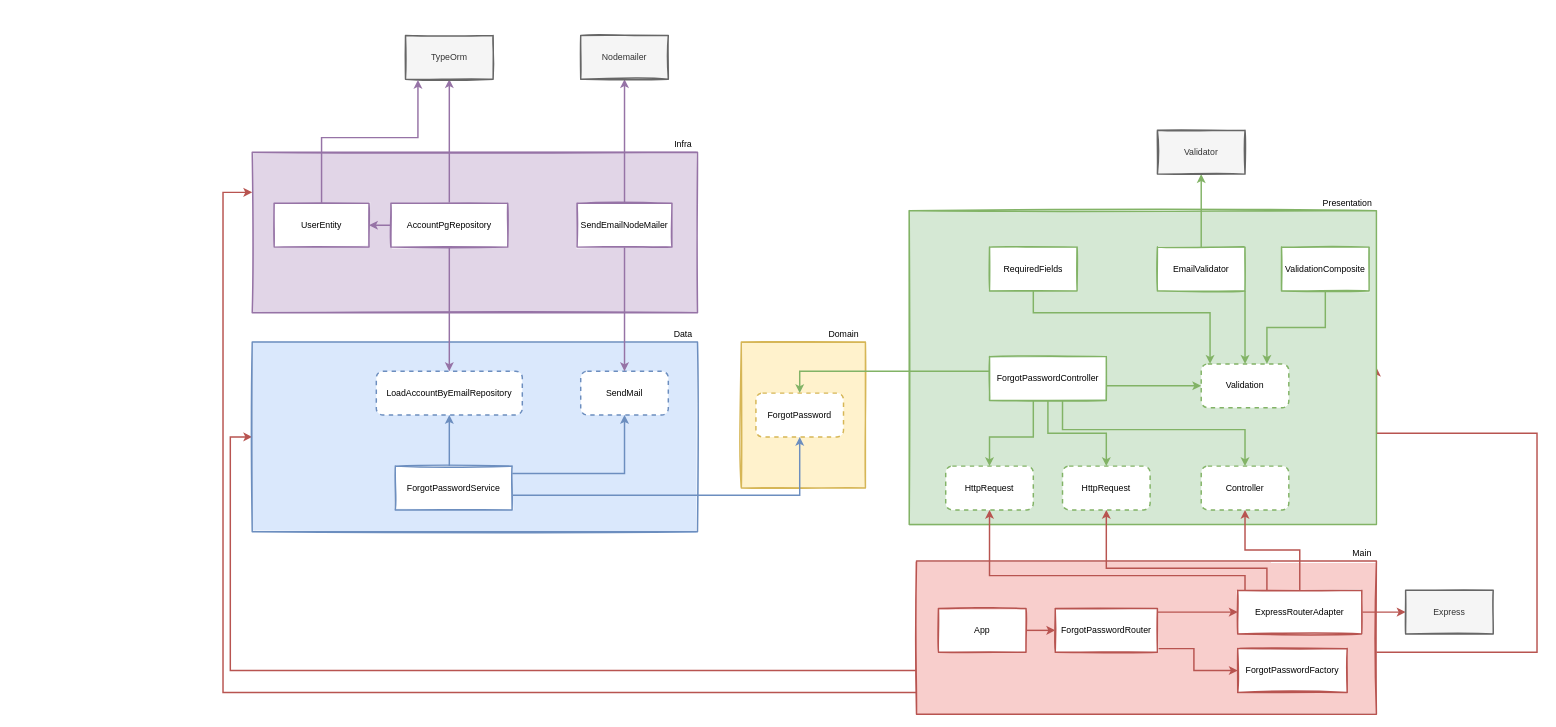
Before: docs/users/forgot-password.drawio in cvieira850/initial_project, a draw.io diagram. Source tidied: cells renumbered, new cells numbered last; positions are measured from the earlier drawing's top-left corner, leaving out a move shared by most shapes. Both pictures are drawn from the tidied source at 73%, with x=0, y=0 at pixel (223, 35).
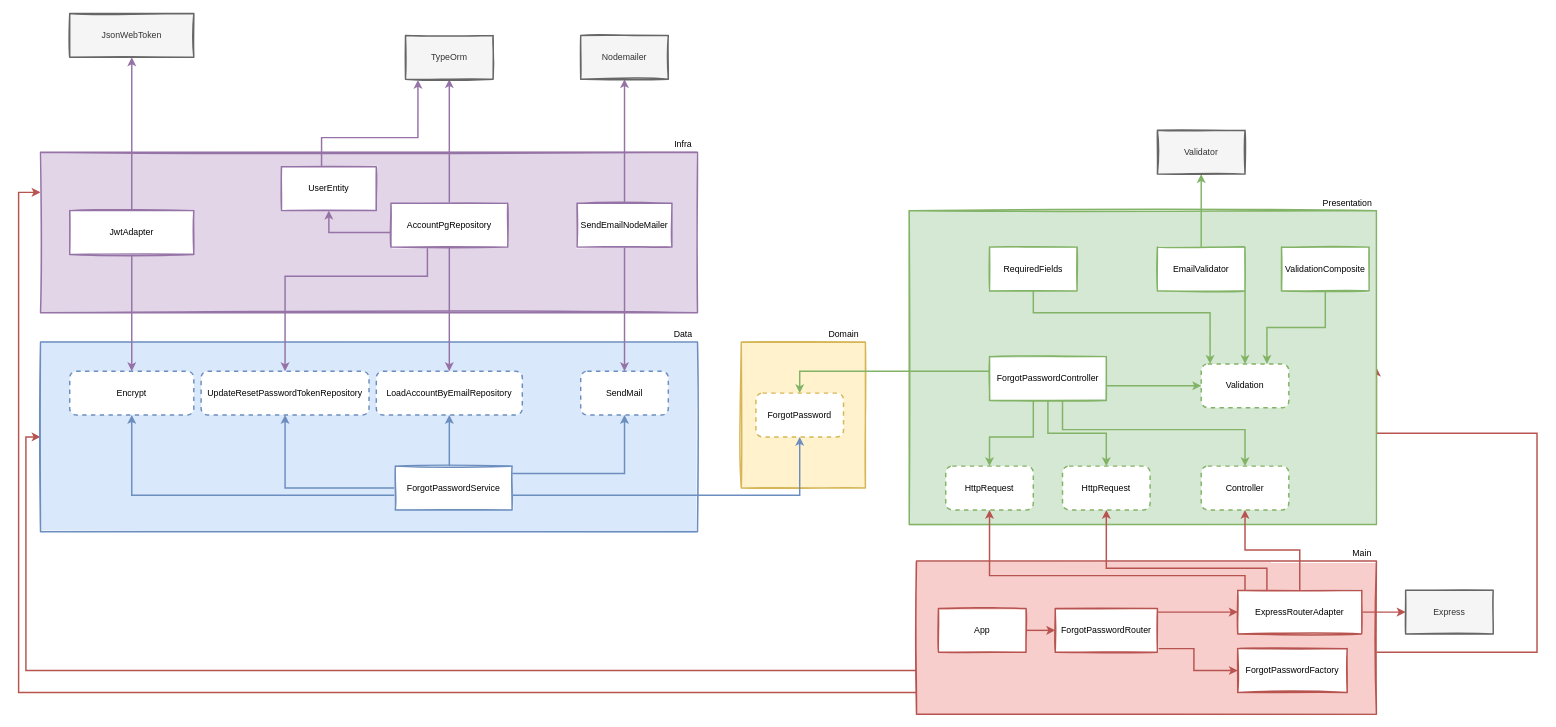
The same page after the edit.

The change refers to these unchanged cells:
```xml
<mxCell id="5" style="rounded=0;whiteSpace=wrap;html=1;fillColor=#f8cecc;strokeColor=#b85450;strokeWidth=2;sketch=1;fillStyle=solid;shadow=0;" parent="1" vertex="1">
  <mxGeometry x="950" y="720" width="630" height="210" as="geometry" />
</mxCell>
<mxCell id="36" value="ForgotPasswordService" style="rounded=0;whiteSpace=wrap;html=1;shadow=0;glass=0;sketch=1;strokeWidth=2;strokeColor=#6c8ebf;fillColor=#FFFFFF;" parent="1" vertex="1">
  <mxGeometry x="236" y="590" width="160" height="60" as="geometry" />
</mxCell>
<mxCell id="47" value="AccountPgRepository" style="rounded=0;whiteSpace=wrap;html=1;shadow=0;glass=0;sketch=1;strokeWidth=2;strokeColor=#9673a6;fillColor=#FFFFFF;" parent="1" vertex="1">
  <mxGeometry x="230" y="230" width="160" height="60" as="geometry" />
</mxCell>
```

Change to the diagram source:
```diff
@@
     <mxCell id="3" style="edgeStyle=orthogonalEdgeStyle;rounded=0;jettySize=auto;html=1;entryX=0;entryY=0.5;entryDx=0;entryDy=0;strokeWidth=2;fillColor=#f8cecc;strokeColor=#b85450;" parent="1" edge="1" source="5" target="32">
       <mxGeometry relative="1" as="geometry">
         <Array as="points">
-          <mxPoint x="10" y="870" />
-          <mxPoint x="10" y="550" />
+          <mxPoint x="-270" y="870" />
+          <mxPoint x="-270" y="550" />
         </Array>
       </mxGeometry>
     </mxCell>
     <mxCell id="4" style="edgeStyle=orthogonalEdgeStyle;rounded=0;jettySize=auto;html=1;entryX=0;entryY=0.25;entryDx=0;entryDy=0;strokeWidth=2;fillColor=#f8cecc;strokeColor=#b85450;" parent="1" edge="1" source="5" target="40">
       <mxGeometry relative="1" as="geometry">
         <Array as="points">
-          <mxPoint y="900" />
-          <mxPoint y="215" />
+          <mxPoint x="-280" y="900" />
+          <mxPoint x="-280" y="215" />
         </Array>
       </mxGeometry>
     </mxCell>
@@
     <mxCell id="32" style="rounded=0;whiteSpace=wrap;html=1;shadow=0;glass=0;sketch=1;strokeWidth=2;fillColor=#dae8fc;strokeColor=#6c8ebf;fillStyle=solid;" parent="1" vertex="1">
-      <mxGeometry x="40" y="420" width="610" height="260" as="geometry" />
+      <mxGeometry x="-250" y="420" width="900" height="260" as="geometry" />
     </mxCell>
@@
+    <mxCell id="63" style="edgeStyle=orthogonalEdgeStyle;rounded=0;jettySize=auto;html=1;entryX=0.5;entryY=1;entryDx=0;entryDy=0;fillColor=#dae8fc;strokeColor=#6c8ebf;strokeWidth=2;" parent="1" edge="1" source="36" target="66">
+      <mxGeometry relative="1" as="geometry">
+        <Array as="points">
+          <mxPoint x="-125" y="630" />
+        </Array>
+      </mxGeometry>
+    </mxCell>
+    <mxCell id="64" style="edgeStyle=orthogonalEdgeStyle;rounded=0;jettySize=auto;html=1;strokeWidth=2;fillColor=#dae8fc;strokeColor=#6c8ebf;" parent="1" edge="1" source="36" target="71">
+      <mxGeometry relative="1" as="geometry" />
+    </mxCell>
@@
     <mxCell id="40" style="rounded=0;whiteSpace=wrap;html=1;shadow=0;glass=0;sketch=1;strokeWidth=2;fillColor=#e1d5e7;strokeColor=#9673a6;fillStyle=solid;" parent="1" vertex="1">
-      <mxGeometry x="40" y="160" width="610" height="220" as="geometry" />
+      <mxGeometry x="-250" y="160" width="900" height="220" as="geometry" />
     </mxCell>
@@
-    <mxCell id="46" style="edgeStyle=orthogonalEdgeStyle;rounded=0;jettySize=auto;html=1;strokeWidth=2;fillColor=#e1d5e7;strokeColor=#9673a6;" parent="1" edge="1" source="47" target="61">
-      <mxGeometry relative="1" as="geometry" />
+    <mxCell id="46" style="edgeStyle=orthogonalEdgeStyle;rounded=0;jettySize=auto;html=1;strokeWidth=2;fillColor=#e1d5e7;strokeColor=#9673a6;entryX=0.5;entryY=1;entryDx=0;entryDy=0;" parent="1" edge="1" source="47" target="61">
+      <mxGeometry relative="1" as="geometry">
+        <Array as="points">
+          <mxPoint x="145" y="270" />
+        </Array>
+      </mxGeometry>
     </mxCell>
+    <mxCell id="65" style="edgeStyle=orthogonalEdgeStyle;rounded=0;jettySize=auto;html=1;strokeWidth=2;fillColor=#e1d5e7;strokeColor=#9673a6;" parent="1" edge="1" source="47" target="71">
+      <mxGeometry relative="1" as="geometry">
+        <Array as="points">
+          <mxPoint x="280" y="330" />
+          <mxPoint x="85" y="330" />
+        </Array>
+      </mxGeometry>
+    </mxCell>
@@
     <mxCell id="61" value="UserEntity" style="rounded=0;whiteSpace=wrap;html=1;shadow=0;glass=0;sketch=1;strokeWidth=2;strokeColor=#9673a6;fillColor=#FFFFFF;" parent="1" vertex="1">
-      <mxGeometry x="70" y="230" width="130" height="60" as="geometry" />
+      <mxGeometry x="80" y="180" width="130" height="60" as="geometry" />
     </mxCell>
@@
+    <mxCell id="66" value="Encrypt" style="rounded=1;whiteSpace=wrap;html=1;sketch=0;strokeWidth=2;dashed=1;strokeColor=#6c8ebf;fillColor=#FFFFFF;" parent="1" vertex="1">
+      <mxGeometry x="-210" y="460" width="170" height="60" as="geometry" />
+    </mxCell>
+    <mxCell id="67" style="edgeStyle=orthogonalEdgeStyle;rounded=0;jettySize=auto;html=1;strokeWidth=2;fillColor=#e1d5e7;strokeColor=#9673a6;" parent="1" edge="1" source="69" target="66">
+      <mxGeometry relative="1" as="geometry">
+        <Array as="points">
+          <mxPoint x="-130" y="270" />
+          <mxPoint x="-130" y="490" />
+        </Array>
+      </mxGeometry>
+    </mxCell>
+    <mxCell id="68" style="edgeStyle=orthogonalEdgeStyle;rounded=0;jettySize=auto;html=1;strokeWidth=2;fillColor=#e1d5e7;strokeColor=#9673a6;" parent="1" edge="1" source="69" target="70">
+      <mxGeometry relative="1" as="geometry">
+        <Array as="points">
+          <mxPoint x="-125" y="270" />
+          <mxPoint x="-125" />
+        </Array>
+      </mxGeometry>
+    </mxCell>
+    <mxCell id="69" value="JwtAdapter" style="rounded=0;whiteSpace=wrap;html=1;sketch=1;strokeWidth=2;strokeColor=#9673a6;fillColor=#FFFFFF;" parent="1" vertex="1">
+      <mxGeometry x="-210" y="240" width="170" height="60" as="geometry" />
+    </mxCell>
+    <mxCell id="70" value="JsonWebToken" style="rounded=0;whiteSpace=wrap;html=1;sketch=1;strokeWidth=2;strokeColor=#666666;fillColor=#f5f5f5;fontColor=#333333;fillStyle=solid;" parent="1" vertex="1">
+      <mxGeometry x="-210" y="-30" width="170" height="60" as="geometry" />
+    </mxCell>
+    <mxCell id="71" value="UpdateResetPasswordTokenRepository" style="rounded=1;whiteSpace=wrap;html=1;shadow=0;glass=0;sketch=0;strokeWidth=2;strokeColor=#6c8ebf;fillColor=#FFFFFF;dashed=1;" parent="1" vertex="1">
+      <mxGeometry x="-30" y="460" width="230" height="60" as="geometry" />
+    </mxCell>
```
